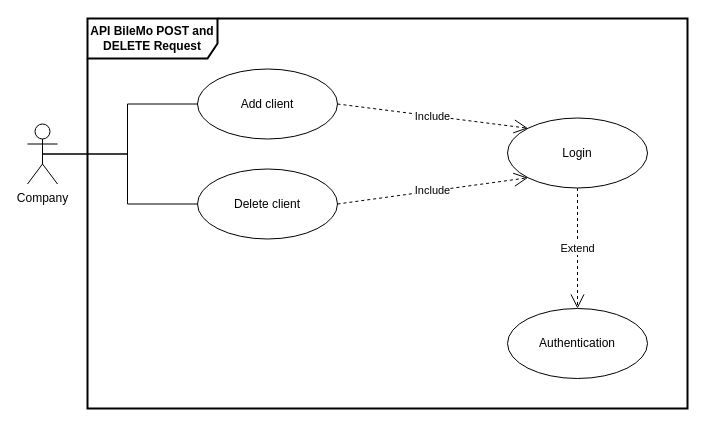
Before: page "API BileMo POST and DELETE Request" (2 of 5) of BileMo/uml/diagrammes.drawio in klaxurit/JuncaHugo_7_16122022, a draw.io diagram. Source tidied: cells renumbered, new cells numbered last; positions are measured from the earlier drawing's top-left corner, leaving out a move shared by most shapes. Both pictures are drawn from the tidied source at 100%, with x=0, y=0 at pixel (27, 18).
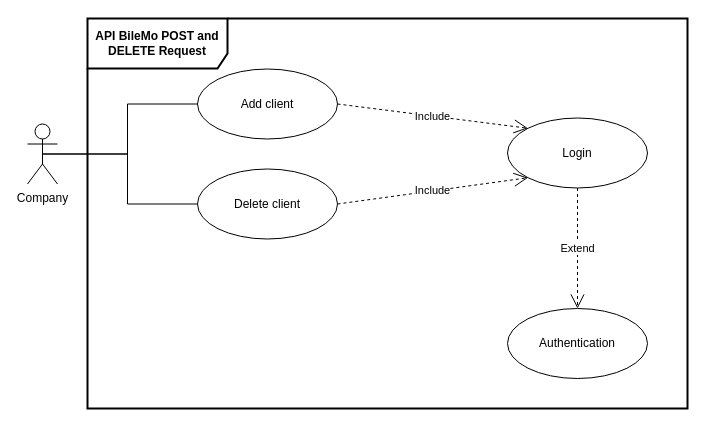
After the change.

What changed in the source:
```diff
@@
 <mxGraphModel>
   <root>
     <mxCell id="0" />
     <mxCell id="1" parent="0" />
-    <mxCell id="2" value="&lt;b&gt;API BileMo POST and DELETE Request&lt;/b&gt;" style="shape=umlFrame;whiteSpace=wrap;html=1;strokeWidth=2;width=130;height=40;" parent="1" vertex="1">
+    <mxCell id="2" value="&lt;b&gt;API BileMo POST and DELETE Request&lt;/b&gt;" style="shape=umlFrame;whiteSpace=wrap;html=1;strokeWidth=2;width=140;height=50;" parent="1" vertex="1">
       <mxGeometry x="60" width="600" height="390" as="geometry" />
     </mxCell>
     <mxCell id="3" value="Company" style="shape=umlActor;verticalLabelPosition=bottom;verticalAlign=top;html=1;" parent="1" vertex="1">
       <mxGeometry y="105.5" width="30" height="60" as="geometry" />
     </mxCell>
     <mxCell id="4" value="Login" style="ellipse;whiteSpace=wrap;html=1;" parent="1" vertex="1">
       <mxGeometry x="480" y="99.5" width="140" height="70" as="geometry" />
     </mxCell>
     <mxCell id="5" value="Add client" style="ellipse;whiteSpace=wrap;html=1;" parent="1" vertex="1">
       <mxGeometry x="170" y="50.5" width="140" height="70" as="geometry" />
     </mxCell>
     <mxCell id="6" value="Delete client" style="ellipse;whiteSpace=wrap;html=1;" parent="1" vertex="1">
       <mxGeometry x="170" y="150.5" width="140" height="70" as="geometry" />
     </mxCell>
     <mxCell id="7" style="endArrow=none;html=1;rounded=0;exitX=0.5;exitY=0.5;exitDx=0;exitDy=0;exitPerimeter=0;entryX=0;entryY=0.5;entryDx=0;entryDy=0;edgeStyle=orthogonalEdgeStyle;" parent="1" edge="1" source="3" target="5">
       <mxGeometry relative="1" as="geometry" />
     </mxCell>
     <mxCell id="8" style="endArrow=none;html=1;rounded=0;exitX=0.5;exitY=0.5;exitDx=0;exitDy=0;exitPerimeter=0;entryX=0;entryY=0.5;entryDx=0;entryDy=0;edgeStyle=orthogonalEdgeStyle;" parent="1" edge="1" source="3" target="6">
       <mxGeometry relative="1" as="geometry" />
     </mxCell>
     <mxCell id="9" value="Include" style="endArrow=open;endSize=12;dashed=1;html=1;rounded=0;endFill=0;exitX=1;exitY=0.5;exitDx=0;exitDy=0;entryX=0;entryY=0;entryDx=0;entryDy=0;" parent="1" edge="1" source="5" target="4">
       <mxGeometry relative="1" as="geometry" />
     </mxCell>
     <mxCell id="10" value="Include" style="endArrow=open;endSize=12;dashed=1;html=1;rounded=0;endFill=0;exitX=1;exitY=0.5;exitDx=0;exitDy=0;entryX=0;entryY=1;entryDx=0;entryDy=0;" parent="1" edge="1" source="6" target="4">
       <mxGeometry relative="1" as="geometry" />
     </mxCell>
     <mxCell id="11" value="Extend" style="endArrow=open;endSize=12;dashed=1;html=1;rounded=0;endFill=0;exitX=0.5;exitY=1;exitDx=0;exitDy=0;entryX=0.5;entryY=0;entryDx=0;entryDy=0;" parent="1" edge="1" source="4" target="12">
       <mxGeometry relative="1" as="geometry" />
     </mxCell>
     <mxCell id="12" value="Authentication" style="ellipse;whiteSpace=wrap;html=1;" parent="1" vertex="1">
       <mxGeometry x="480" y="290" width="140" height="70" as="geometry" />
     </mxCell>
   </root>
 </mxGraphModel>
```
